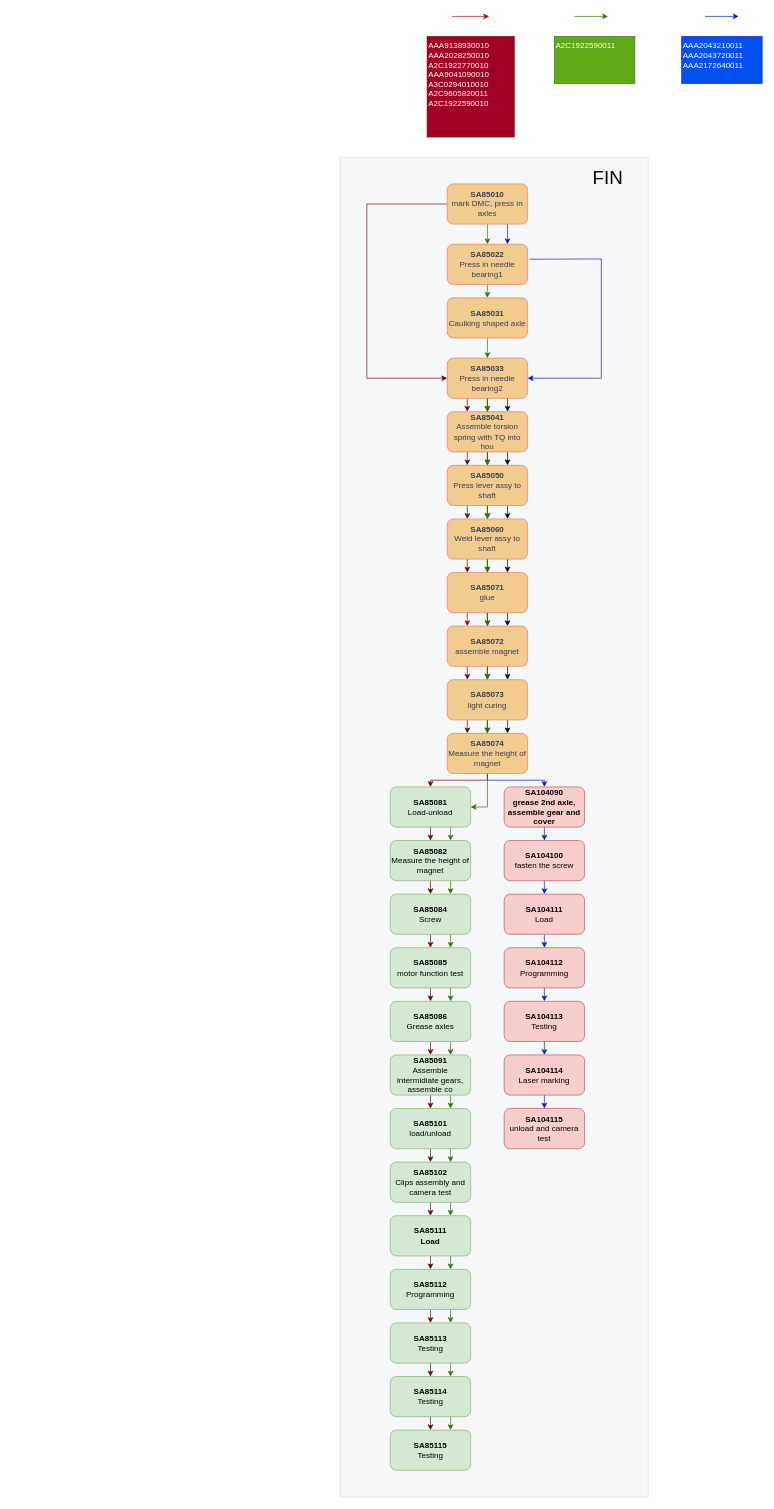
This is images/未命名绘图.drawio from gf199406/hello-world, a draw.io file, before an edit. Source tidied: cells renumbered, new cells numbered last; positions are measured from the earlier drawing's top-left corner, leaving out a move shared by most shapes. Both pictures are drawn from the tidied source at 67%, with x=0, y=0 at pixel (340, 16).
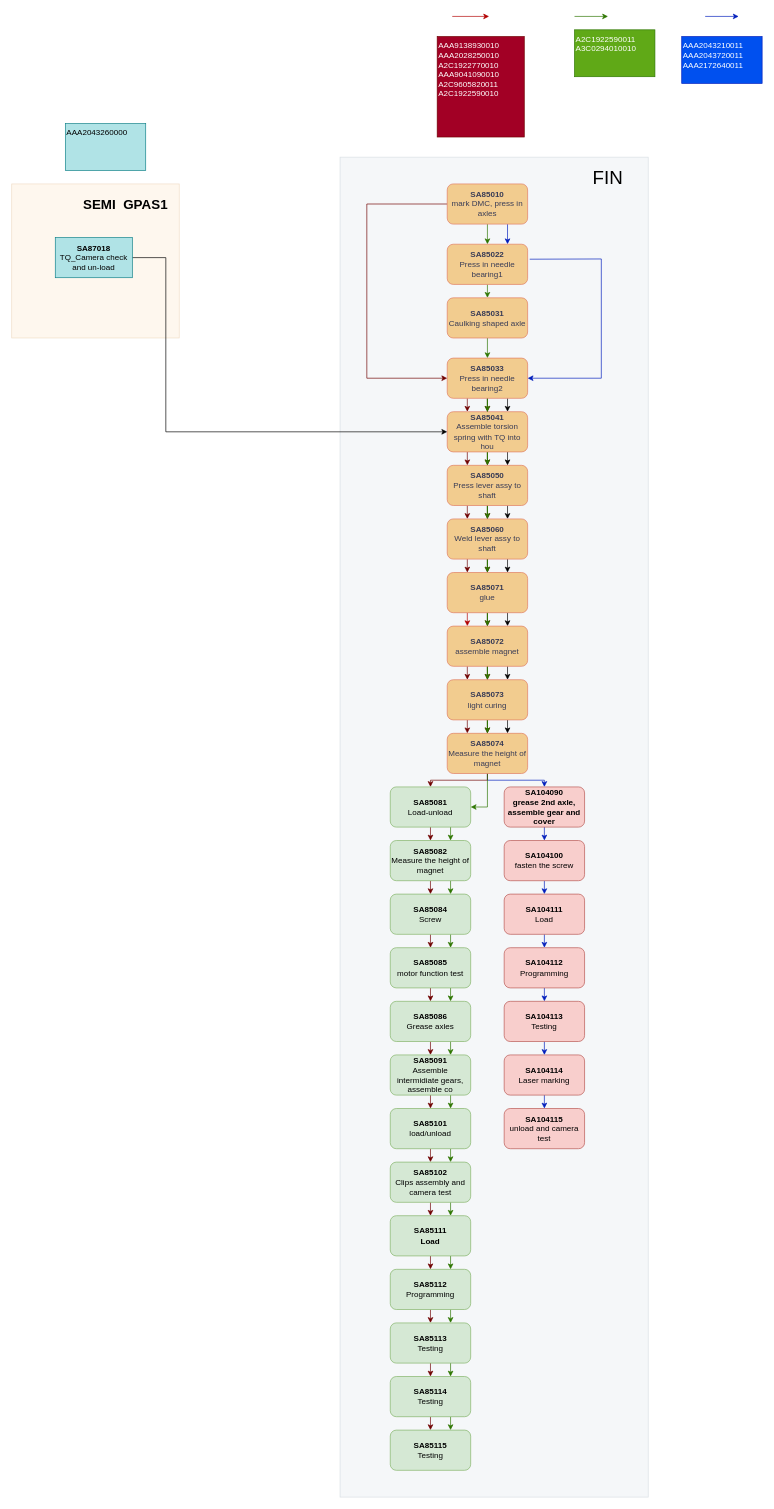
The same diagram, later.

Commit message (it also covers changes not shown here):
更新未命名绘图.drawio

The change refers to these unchanged cells:
```xml
<mxCell id="14" value="&lt;font style=&quot;&quot;&gt;&lt;b style=&quot;font-size: 12px;&quot;&gt;SA85041&lt;/b&gt;&lt;br&gt;Assemble torsion spring with TQ into hou&lt;br&gt;&lt;/font&gt;" style="rounded=1;whiteSpace=wrap;html=1;fillColor=#F2CC8F;strokeColor=#E07A5F;labelBackgroundColor=none;fontColor=#393C56;" parent="1" vertex="1">
  <mxGeometry x="160" y="590" width="120" height="60" as="geometry" />
</mxCell>
```

Diff of the diagram source:
```diff
@@
+    <mxCell id="108" style="rounded=0;whiteSpace=wrap;html=1;fillColor=#fad7ac;strokeColor=#b46504;opacity=20;" parent="1" vertex="1">
+      <mxGeometry x="-490" y="250" width="250" height="230" as="geometry" />
+    </mxCell>
@@
-    <mxCell id="101" value="AAA9138930010&#10;AAA2028250010&#10;A2C1922770010&#10;AAA9041090010&#10;A3C0294010010&#10;A2C9605820011&#10;A2C1922590010" style="text;whiteSpace=wrap;fillColor=#a20025;fontColor=#ffffff;strokeColor=#6F0000;" parent="1" vertex="1">
-      <mxGeometry x="130" y="30" width="130" height="150" as="geometry" />
+    <mxCell id="101" value="AAA9138930010&#10;AAA2028250010&#10;A2C1922770010&#10;AAA9041090010&#10;A2C9605820011&#10;A2C1922590010" style="text;whiteSpace=wrap;fillColor=#a20025;fontColor=#ffffff;strokeColor=#6F0000;" parent="1" vertex="1">
+      <mxGeometry x="145" y="30" width="130" height="150" as="geometry" />
     </mxCell>
@@
-    <mxCell id="105" value="A2C1922590011" style="text;whiteSpace=wrap;fillColor=#60a917;fontColor=#ffffff;strokeColor=#2D7600;" parent="1" vertex="1">
-      <mxGeometry x="320" y="30" width="120" height="70" as="geometry" />
+    <mxCell id="105" value="A2C1922590011&#10;A3C0294010010" style="text;whiteSpace=wrap;fillColor=#60a917;fontColor=#ffffff;strokeColor=#2D7600;" parent="1" vertex="1">
+      <mxGeometry x="350" y="20" width="120" height="70" as="geometry" />
     </mxCell>
@@
+    <mxCell id="109" style="edgeStyle=none;rounded=0;jettySize=auto;html=1;entryX=0;entryY=0.5;entryDx=0;entryDy=0;" parent="1" edge="1" source="110" target="14">
+      <mxGeometry relative="1" as="geometry">
+        <Array as="points">
+          <mxPoint x="-260" y="360" />
+          <mxPoint x="-260" y="620" />
+        </Array>
+      </mxGeometry>
+    </mxCell>
+    <mxCell id="110" value="&lt;b&gt;SA87018&lt;/b&gt;&lt;br&gt;TQ_Camera check and un-load" style="rounded=0;whiteSpace=wrap;html=1;fillColor=#b0e3e6;strokeColor=#0e8088;" parent="1" vertex="1">
+      <mxGeometry x="-425" y="330" width="115" height="60" as="geometry" />
+    </mxCell>
+    <mxCell id="111" value="SEMI&amp;nbsp;&amp;nbsp;GPAS1" style="rounded=0;whiteSpace=wrap;html=1;opacity=0;fontStyle=1;fontSize=20;" parent="1" vertex="1">
+      <mxGeometry x="-380" y="250" width="120" height="60" as="geometry" />
+    </mxCell>
+    <mxCell id="112" value="AAA2043260000" style="text;whiteSpace=wrap;fillColor=#b0e3e6;strokeColor=#0e8088;" parent="1" vertex="1">
+      <mxGeometry x="-410" y="160" width="120" height="70" as="geometry" />
+    </mxCell>
```
